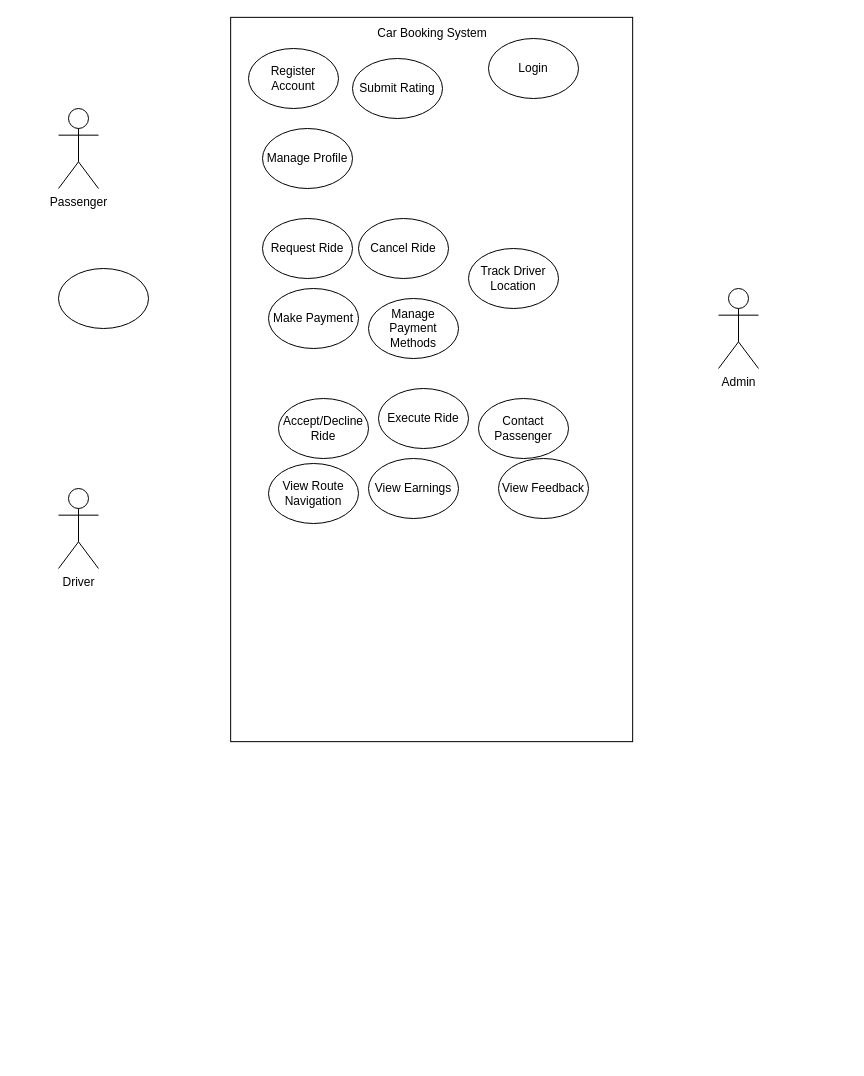
Anuja-jayasinghe/DrawIo_Projects keeps this draw.io diagram as SEPP_use_case_diagram.drawio. Above is the earlier version. Source tidied: cells renumbered, new cells numbered last; positions are measured from the earlier drawing's top-left corner, leaving out a move shared by most shapes. Both pictures are drawn from the tidied source at 100%, with x=0, y=0 at pixel (58, 18).
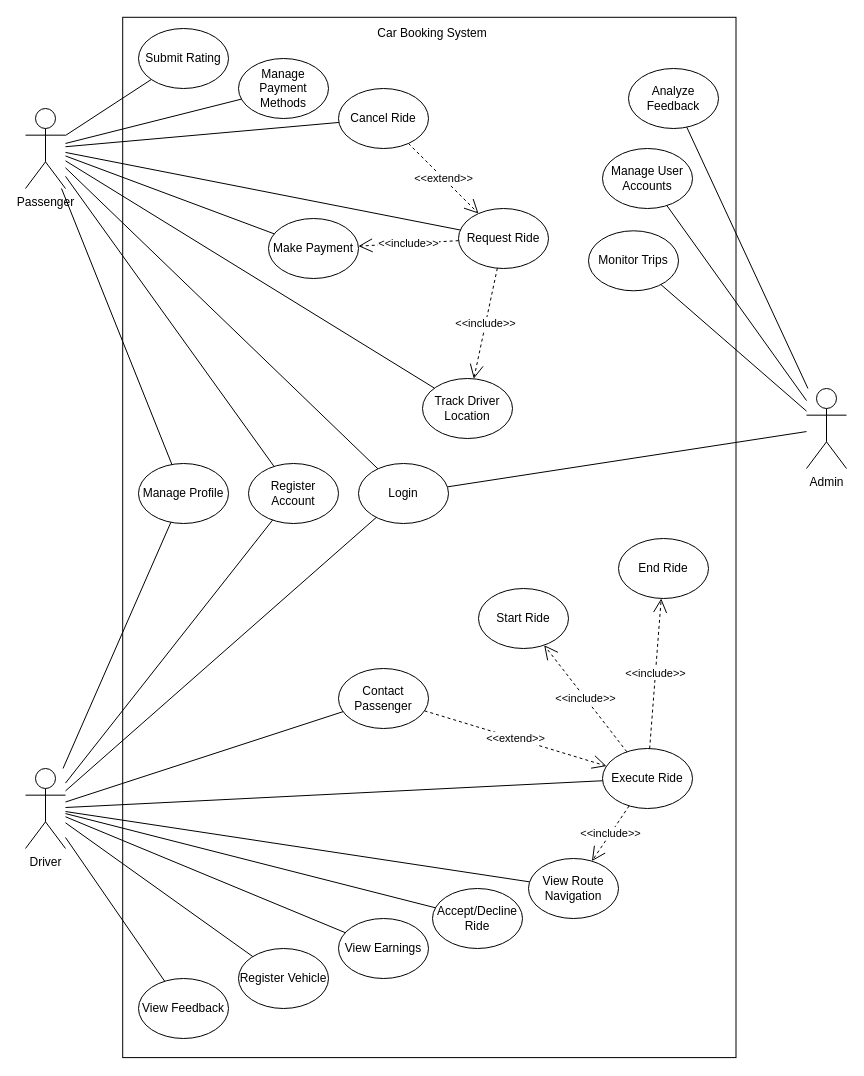
Above is the later version.

The edit, as a diff of the source:
```diff
@@
     <mxCell id="2" style="whiteSpace=wrap;html=1;rotation=90;" parent="1" vertex="1">
-      <mxGeometry x="11" y="160" width="724.3" height="402" as="geometry" />
+      <mxGeometry x="-149.3" y="212.3" width="1040.3" height="613.3" as="geometry" />
     </mxCell>
@@
     <mxCell id="4" value="Driver" style="shape=umlActor;verticalLabelPosition=bottom;verticalAlign=top;html=1;outlineConnect=0;" parent="1" vertex="1">
-      <mxGeometry y="470" width="40" height="80" as="geometry" />
+      <mxGeometry x="-33" y="750" width="40" height="80" as="geometry" />
     </mxCell>
     <mxCell id="5" value="Admin" style="shape=umlActor;verticalLabelPosition=bottom;verticalAlign=top;html=1;outlineConnect=0;" parent="1" vertex="1">
-      <mxGeometry x="660" y="270" width="40" height="80" as="geometry" />
+      <mxGeometry x="748" y="370" width="40" height="80" as="geometry" />
     </mxCell>
     <mxCell id="6" value="Passenger" style="shape=umlActor;verticalLabelPosition=bottom;verticalAlign=top;html=1;outlineConnect=0;" parent="1" vertex="1">
-      <mxGeometry y="90" width="40" height="80" as="geometry" />
+      <mxGeometry x="-33" y="90" width="40" height="80" as="geometry" />
     </mxCell>
     <mxCell id="7" value="Register Account" style="ellipse;whiteSpace=wrap;html=1;" parent="1" vertex="1">
-      <mxGeometry x="190" y="30" width="90" height="60" as="geometry" />
+      <mxGeometry x="190" y="445" width="90" height="60" as="geometry" />
     </mxCell>
     <mxCell id="8" value="Login" style="ellipse;whiteSpace=wrap;html=1;" parent="1" vertex="1">
-      <mxGeometry x="430" y="20" width="90" height="60" as="geometry" />
+      <mxGeometry x="300" y="445" width="90" height="60" as="geometry" />
     </mxCell>
     <mxCell id="9" value="Submit Rating" style="ellipse;whiteSpace=wrap;html=1;" parent="1" vertex="1">
-      <mxGeometry x="294" y="40" width="90" height="60" as="geometry" />
+      <mxGeometry x="80" y="10" width="90" height="60" as="geometry" />
     </mxCell>
     <mxCell id="10" value="Manage Profile" style="ellipse;whiteSpace=wrap;html=1;" parent="1" vertex="1">
-      <mxGeometry x="204" y="110" width="90" height="60" as="geometry" />
+      <mxGeometry x="80" y="445" width="90" height="60" as="geometry" />
     </mxCell>
-    <mxCell id="11" style="ellipse;whiteSpace=wrap;html=1;" parent="1" vertex="1">
-      <mxGeometry y="250" width="90" height="60" as="geometry" />
+    <mxCell id="11" value="Manage User Accounts" style="ellipse;whiteSpace=wrap;html=1;" parent="1" vertex="1">
+      <mxGeometry x="544" y="130" width="90" height="60" as="geometry" />
     </mxCell>
     <mxCell id="12" value="Accept/Decline Ride" style="ellipse;whiteSpace=wrap;html=1;" parent="1" vertex="1">
-      <mxGeometry x="220" y="380" width="90" height="60" as="geometry" />
+      <mxGeometry x="374" y="870" width="90" height="60" as="geometry" />
     </mxCell>
     <mxCell id="13" value="Make Payment" style="ellipse;whiteSpace=wrap;html=1;" parent="1" vertex="1">
-      <mxGeometry x="210" y="270" width="90" height="60" as="geometry" />
+      <mxGeometry x="210" y="200" width="90" height="60" as="geometry" />
     </mxCell>
     <mxCell id="14" value="Request Ride" style="ellipse;whiteSpace=wrap;html=1;" parent="1" vertex="1">
-      <mxGeometry x="204" y="200" width="90" height="60" as="geometry" />
+      <mxGeometry x="400" y="190" width="90" height="60" as="geometry" />
     </mxCell>
     <mxCell id="15" value="Cancel Ride" style="ellipse;whiteSpace=wrap;html=1;" parent="1" vertex="1">
-      <mxGeometry x="300" y="200" width="90" height="60" as="geometry" />
+      <mxGeometry x="280" y="70" width="90" height="60" as="geometry" />
     </mxCell>
     <mxCell id="16" value="Manage Payment Methods" style="ellipse;whiteSpace=wrap;html=1;" parent="1" vertex="1">
-      <mxGeometry x="310" y="280" width="90" height="60" as="geometry" />
+      <mxGeometry x="180" y="40" width="90" height="60" as="geometry" />
     </mxCell>
     <mxCell id="17" value="Track Driver Location" style="ellipse;whiteSpace=wrap;html=1;" parent="1" vertex="1">
-      <mxGeometry x="410" y="230" width="90" height="60" as="geometry" />
+      <mxGeometry x="364" y="360" width="90" height="60" as="geometry" />
     </mxCell>
     <mxCell id="18" value="View Feedback" style="ellipse;whiteSpace=wrap;html=1;" parent="1" vertex="1">
-      <mxGeometry x="440" y="440" width="90" height="60" as="geometry" />
+      <mxGeometry x="80" y="960" width="90" height="60" as="geometry" />
     </mxCell>
     <mxCell id="19" value="View Earnings" style="ellipse;whiteSpace=wrap;html=1;" parent="1" vertex="1">
-      <mxGeometry x="310" y="440" width="90" height="60" as="geometry" />
+      <mxGeometry x="280" y="900" width="90" height="60" as="geometry" />
     </mxCell>
     <mxCell id="20" value="View Route Navigation" style="ellipse;whiteSpace=wrap;html=1;" parent="1" vertex="1">
-      <mxGeometry x="210" y="445" width="90" height="60" as="geometry" />
+      <mxGeometry x="470" y="840" width="90" height="60" as="geometry" />
     </mxCell>
     <mxCell id="21" value="Contact Passenger" style="ellipse;whiteSpace=wrap;html=1;" parent="1" vertex="1">
-      <mxGeometry x="420" y="380" width="90" height="60" as="geometry" />
+      <mxGeometry x="280" y="650" width="90" height="60" as="geometry" />
     </mxCell>
     <mxCell id="22" value="Execute Ride" style="ellipse;whiteSpace=wrap;html=1;" parent="1" vertex="1">
-      <mxGeometry x="320" y="370" width="90" height="60" as="geometry" />
+      <mxGeometry x="544" y="730" width="90" height="60" as="geometry" />
     </mxCell>
+    <mxCell id="23" value="Analyze Feedback" style="ellipse;whiteSpace=wrap;html=1;" parent="1" vertex="1">
+      <mxGeometry x="570" y="50" width="90" height="60" as="geometry" />
+    </mxCell>
+    <mxCell id="24" value="Monitor Trips" style="ellipse;whiteSpace=wrap;html=1;" parent="1" vertex="1">
+      <mxGeometry x="530" y="212.3" width="90" height="60" as="geometry" />
+    </mxCell>
+    <mxCell id="25" style="endArrow=none;html=1;rounded=0;" parent="1" edge="1" source="8" target="5">
+      <mxGeometry relative="1" as="geometry" />
+    </mxCell>
+    <mxCell id="26" style="endArrow=none;html=1;rounded=0;" parent="1" edge="1" source="4" target="21">
+      <mxGeometry relative="1" as="geometry" />
+    </mxCell>
+    <mxCell id="27" style="endArrow=none;html=1;rounded=0;" parent="1" edge="1" source="6" target="16">
+      <mxGeometry relative="1" as="geometry" />
+    </mxCell>
+    <mxCell id="28" style="endArrow=none;html=1;rounded=0;" parent="1" edge="1" source="6" target="13">
+      <mxGeometry relative="1" as="geometry" />
+    </mxCell>
+    <mxCell id="29" style="endArrow=none;html=1;rounded=0;" parent="1" edge="1" source="6" target="17">
+      <mxGeometry relative="1" as="geometry" />
+    </mxCell>
+    <mxCell id="30" style="endArrow=none;html=1;rounded=0;" parent="1" edge="1" source="6" target="15">
+      <mxGeometry relative="1" as="geometry" />
+    </mxCell>
+    <mxCell id="31" style="endArrow=none;html=1;rounded=0;" parent="1" edge="1" source="6" target="9">
+      <mxGeometry relative="1" as="geometry" />
+    </mxCell>
+    <mxCell id="32" style="endArrow=none;html=1;rounded=0;" parent="1" edge="1" source="6" target="10">
+      <mxGeometry relative="1" as="geometry" />
+    </mxCell>
+    <mxCell id="33" style="endArrow=none;html=1;rounded=0;" parent="1" edge="1" source="6" target="8">
+      <mxGeometry relative="1" as="geometry" />
+    </mxCell>
+    <mxCell id="34" style="endArrow=none;html=1;rounded=0;" parent="1" edge="1" source="6" target="7">
+      <mxGeometry relative="1" as="geometry" />
+    </mxCell>
+    <mxCell id="35" style="endArrow=none;html=1;rounded=0;" parent="1" edge="1" source="6" target="14">
+      <mxGeometry relative="1" as="geometry" />
+    </mxCell>
+    <mxCell id="36" style="endArrow=none;html=1;rounded=0;" parent="1" edge="1" source="4" target="19">
+      <mxGeometry relative="1" as="geometry" />
+    </mxCell>
+    <mxCell id="37" style="endArrow=none;html=1;rounded=0;" parent="1" edge="1" source="4" target="18">
+      <mxGeometry relative="1" as="geometry" />
+    </mxCell>
+    <mxCell id="38" style="endArrow=none;html=1;rounded=0;" parent="1" edge="1" source="4" target="22">
+      <mxGeometry relative="1" as="geometry" />
+    </mxCell>
+    <mxCell id="39" style="endArrow=none;html=1;rounded=0;" parent="1" edge="1" source="4" target="12">
+      <mxGeometry relative="1" as="geometry" />
+    </mxCell>
+    <mxCell id="40" style="endArrow=none;html=1;rounded=0;" parent="1" edge="1" source="4" target="10">
+      <mxGeometry relative="1" as="geometry" />
+    </mxCell>
+    <mxCell id="41" style="endArrow=none;html=1;rounded=0;" parent="1" edge="1" source="4" target="8">
+      <mxGeometry relative="1" as="geometry" />
+    </mxCell>
+    <mxCell id="42" style="endArrow=none;html=1;rounded=0;" parent="1" edge="1" source="4" target="7">
+      <mxGeometry relative="1" as="geometry" />
+    </mxCell>
+    <mxCell id="43" style="endArrow=none;html=1;rounded=0;" parent="1" edge="1" source="4" target="20">
+      <mxGeometry relative="1" as="geometry" />
+    </mxCell>
+    <mxCell id="44" style="endArrow=none;html=1;rounded=0;" parent="1" edge="1" source="11" target="5">
+      <mxGeometry relative="1" as="geometry" />
+    </mxCell>
+    <mxCell id="45" style="endArrow=none;html=1;rounded=0;" parent="1" edge="1" source="24" target="5">
+      <mxGeometry relative="1" as="geometry" />
+    </mxCell>
+    <mxCell id="46" style="endArrow=none;html=1;rounded=0;" parent="1" edge="1" source="23" target="5">
+      <mxGeometry relative="1" as="geometry" />
+    </mxCell>
+    <mxCell id="47" value="Register Vehicle" style="ellipse;whiteSpace=wrap;html=1;" parent="1" vertex="1">
+      <mxGeometry x="180" y="930" width="90" height="60" as="geometry" />
+    </mxCell>
+    <mxCell id="48" style="endArrow=none;html=1;rounded=0;" parent="1" edge="1" source="4" target="47">
+      <mxGeometry relative="1" as="geometry" />
+    </mxCell>
+    <mxCell id="49" value="&amp;lt;&amp;lt;extend&amp;gt;&amp;gt;" style="endArrow=open;endSize=12;dashed=1;html=1;rounded=0;" parent="1" edge="1" source="15" target="14">
+      <mxGeometry relative="1" as="geometry" />
+    </mxCell>
+    <mxCell id="50" value="&amp;lt;&amp;lt;include&amp;gt;&amp;gt;" style="endArrow=open;endSize=12;dashed=1;html=1;rounded=0;" parent="1" edge="1" source="22" target="56">
+      <mxGeometry relative="1" as="geometry" />
+    </mxCell>
+    <mxCell id="51" value="&amp;lt;&amp;lt;include&amp;gt;&amp;gt;" style="endArrow=open;endSize=12;dashed=1;html=1;rounded=0;" parent="1" edge="1" source="22" target="20">
+      <mxGeometry relative="1" as="geometry" />
+    </mxCell>
+    <mxCell id="52" value="&amp;lt;&amp;lt;include&amp;gt;&amp;gt;" style="endArrow=open;endSize=12;dashed=1;html=1;rounded=0;" parent="1" edge="1" source="14" target="17">
+      <mxGeometry relative="1" as="geometry" />
+    </mxCell>
+    <mxCell id="53" value="&amp;lt;&amp;lt;include&amp;gt;&amp;gt;" style="endArrow=open;endSize=12;dashed=1;html=1;rounded=0;" parent="1" edge="1" source="14" target="13">
+      <mxGeometry relative="1" as="geometry" />
+    </mxCell>
+    <mxCell id="54" value="&amp;lt;&amp;lt;include&amp;gt;&amp;gt;" style="endArrow=open;endSize=12;dashed=1;html=1;rounded=0;" parent="1" edge="1" source="22" target="55">
+      <mxGeometry relative="1" as="geometry" />
+    </mxCell>
+    <mxCell id="55" value="Start Ride" style="ellipse;whiteSpace=wrap;html=1;" parent="1" vertex="1">
+      <mxGeometry x="420" y="570" width="90" height="60" as="geometry" />
+    </mxCell>
+    <mxCell id="56" value="End Ride" style="ellipse;whiteSpace=wrap;html=1;" parent="1" vertex="1">
+      <mxGeometry x="560" y="520" width="90" height="60" as="geometry" />
+    </mxCell>
+    <mxCell id="57" value="&amp;lt;&amp;lt;extend&amp;gt;&amp;gt;" style="endArrow=open;endSize=12;dashed=1;html=1;rounded=0;" parent="1" edge="1" source="21" target="22">
+      <mxGeometry relative="1" as="geometry" />
+    </mxCell>
```
